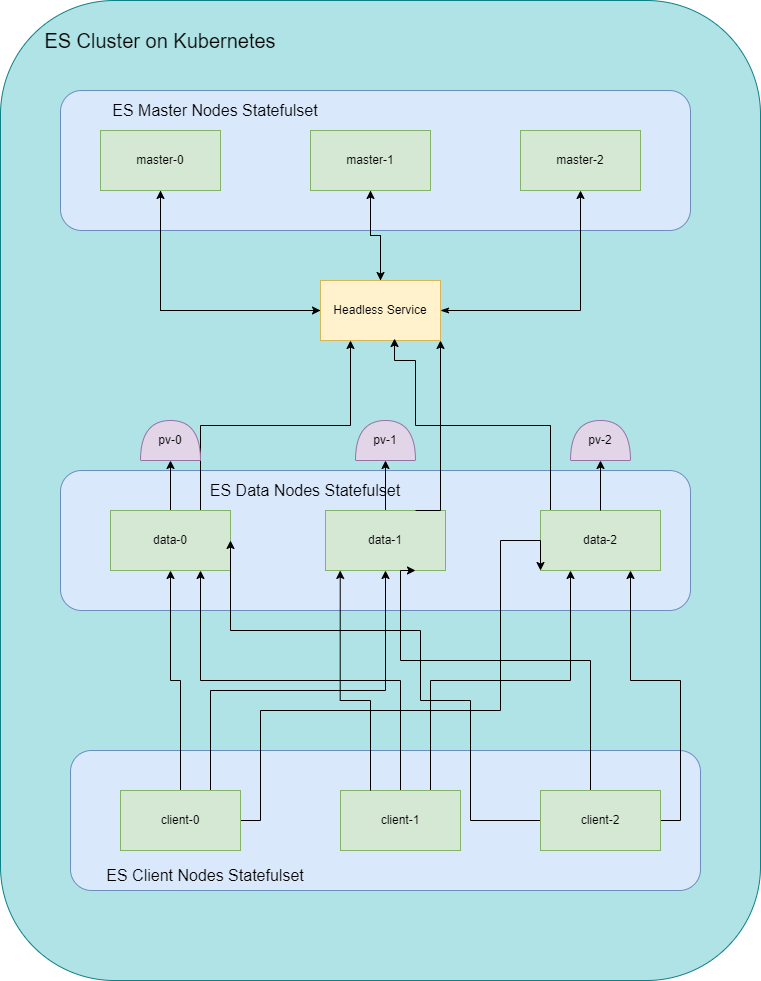
Above: Cluster_Diagram.png in nazim-fs/nazim-fs-k8s-es-infra (draw.io), before the change. Source tidied: cells renumbered, new cells last; positions are measured from the earlier drawing's top-left corner, leaving out a move shared by most shapes.
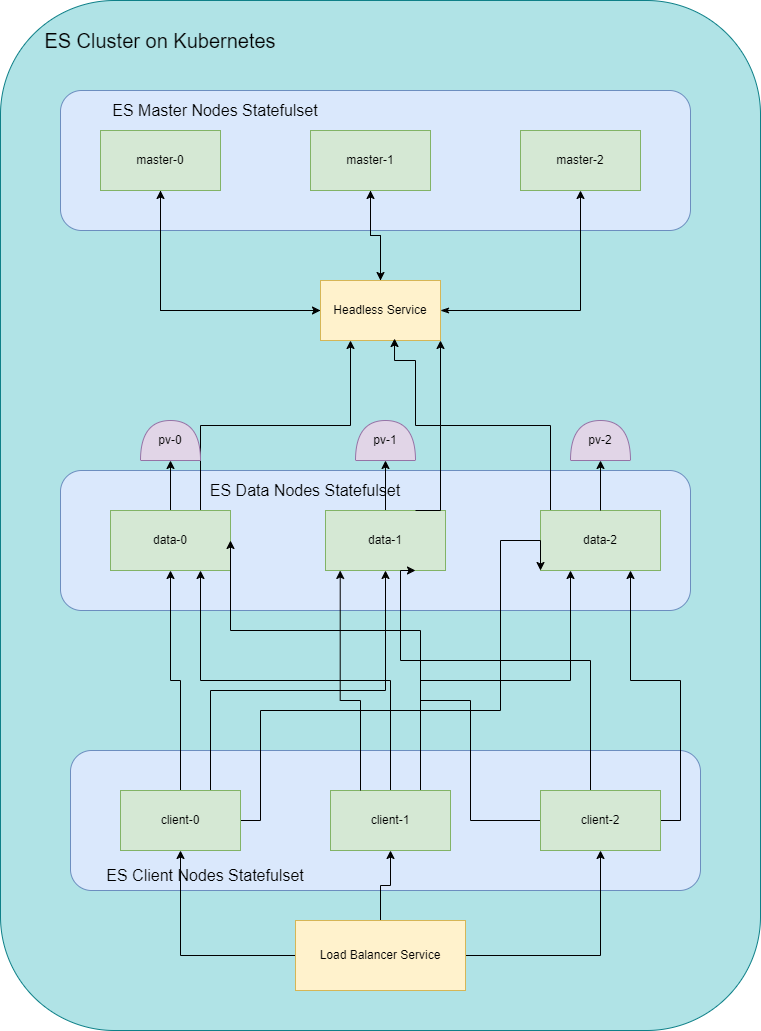
Later version of the same file.

Change to the diagram source:
```diff
@@ -3,7 +3,7 @@
     <mxCell id="0" />
     <mxCell id="1" parent="0" />
     <mxCell id="2" style="rounded=1;whiteSpace=wrap;html=1;fillColor=#b0e3e6;strokeColor=#0e8088;" parent="1" vertex="1">
-      <mxGeometry width="760" height="980" as="geometry" />
+      <mxGeometry width="760" height="1030" as="geometry" />
     </mxCell>
     <mxCell id="3" value="&lt;font style=&quot;font-size: 20px;&quot;&gt;ES Cluster on Kubernetes&lt;/font&gt;" style="text;html=1;align=center;verticalAlign=middle;whiteSpace=wrap;rounded=0;" parent="1" vertex="1">
       <mxGeometry x="40" y="10" width="240" height="60" as="geometry" />
@@ -161,7 +161,7 @@
       <mxGeometry relative="1" as="geometry" />
     </mxCell>
     <mxCell id="39" value="client-1" style="rounded=0;whiteSpace=wrap;html=1;fillColor=#d5e8d4;strokeColor=#82b366;" parent="1" vertex="1">
-      <mxGeometry x="340" y="790" width="120" height="60" as="geometry" />
+      <mxGeometry x="330" y="790" width="120" height="60" as="geometry" />
     </mxCell>
     <mxCell id="40" style="edgeStyle=orthogonalEdgeStyle;rounded=0;jettySize=auto;html=1;exitX=0.25;exitY=0;exitDx=0;exitDy=0;entryX=0.444;entryY=0.714;entryDx=0;entryDy=0;entryPerimeter=0;" parent="1" edge="1" source="39" target="15">
       <mxGeometry relative="1" as="geometry" />
@@ -172,5 +172,17 @@
     <mxCell id="42" value="&lt;font style=&quot;font-size: 16px;&quot;&gt;ES Client Nodes Statefulset&lt;/font&gt;" style="text;html=1;align=center;verticalAlign=middle;whiteSpace=wrap;rounded=0;" parent="1" vertex="1">
       <mxGeometry x="90" y="860" width="230" height="30" as="geometry" />
     </mxCell>
+    <mxCell id="43" style="edgeStyle=orthogonalEdgeStyle;rounded=0;jettySize=auto;html=1;entryX=0.5;entryY=1;entryDx=0;entryDy=0;" parent="1" edge="1" source="46" target="32">
+      <mxGeometry relative="1" as="geometry" />
+    </mxCell>
+    <mxCell id="44" style="edgeStyle=orthogonalEdgeStyle;rounded=0;jettySize=auto;html=1;" parent="1" edge="1" source="46" target="36">
+      <mxGeometry relative="1" as="geometry" />
+    </mxCell>
+    <mxCell id="45" style="edgeStyle=orthogonalEdgeStyle;rounded=0;jettySize=auto;html=1;" parent="1" edge="1" source="46" target="39">
+      <mxGeometry relative="1" as="geometry" />
+    </mxCell>
+    <mxCell id="46" value="Load Balancer Service" style="rounded=0;whiteSpace=wrap;html=1;fillColor=#fff2cc;strokeColor=#d6b656;" parent="1" vertex="1">
+      <mxGeometry x="295" y="920" width="170" height="70" as="geometry" />
+    </mxCell>
   </root>
 </mxGraphModel>
```
